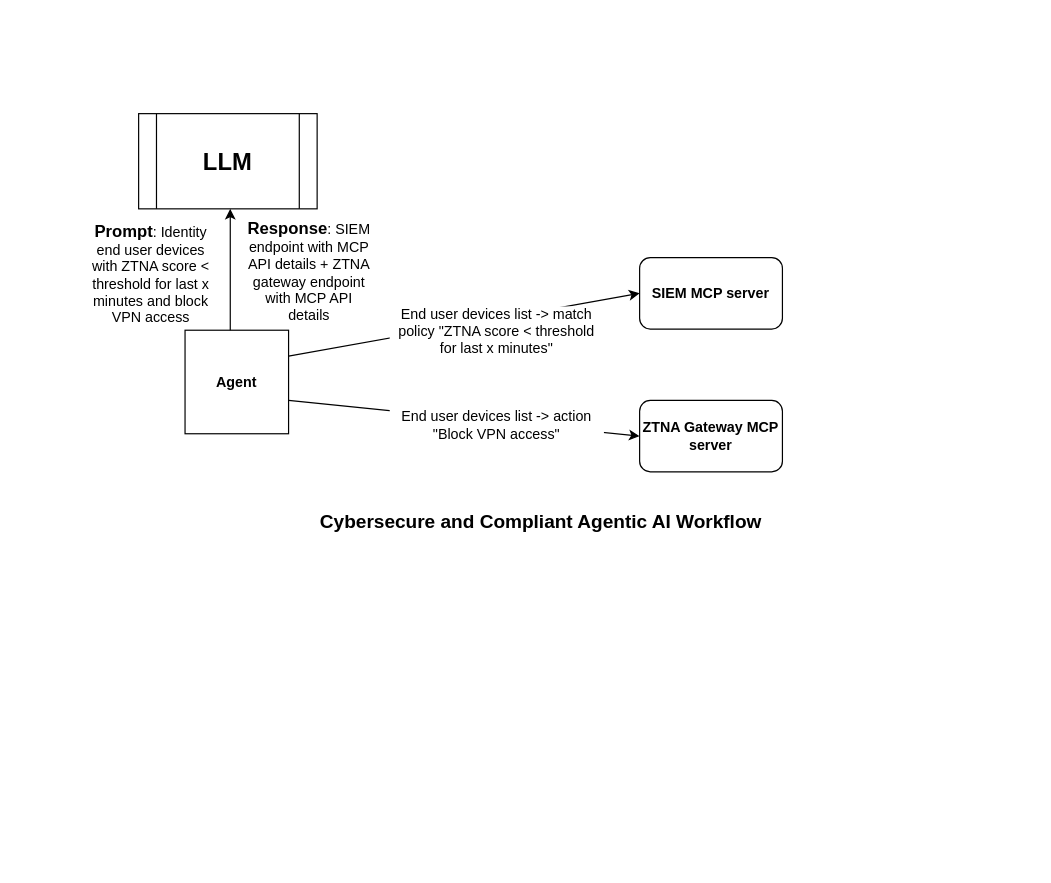
Above: secure-agentic-workflow.drawio in nedmsmith/draft-klspa-wimse-verifiable-geo-fence (draw.io), before the change. Source tidied: cells renumbered, new cells numbered last; positions are measured from the earlier drawing's top-left corner, leaving out a move shared by most shapes. Both pictures are drawn from the tidied source at 119%, with x=0, y=0 at pixel (81, 113).
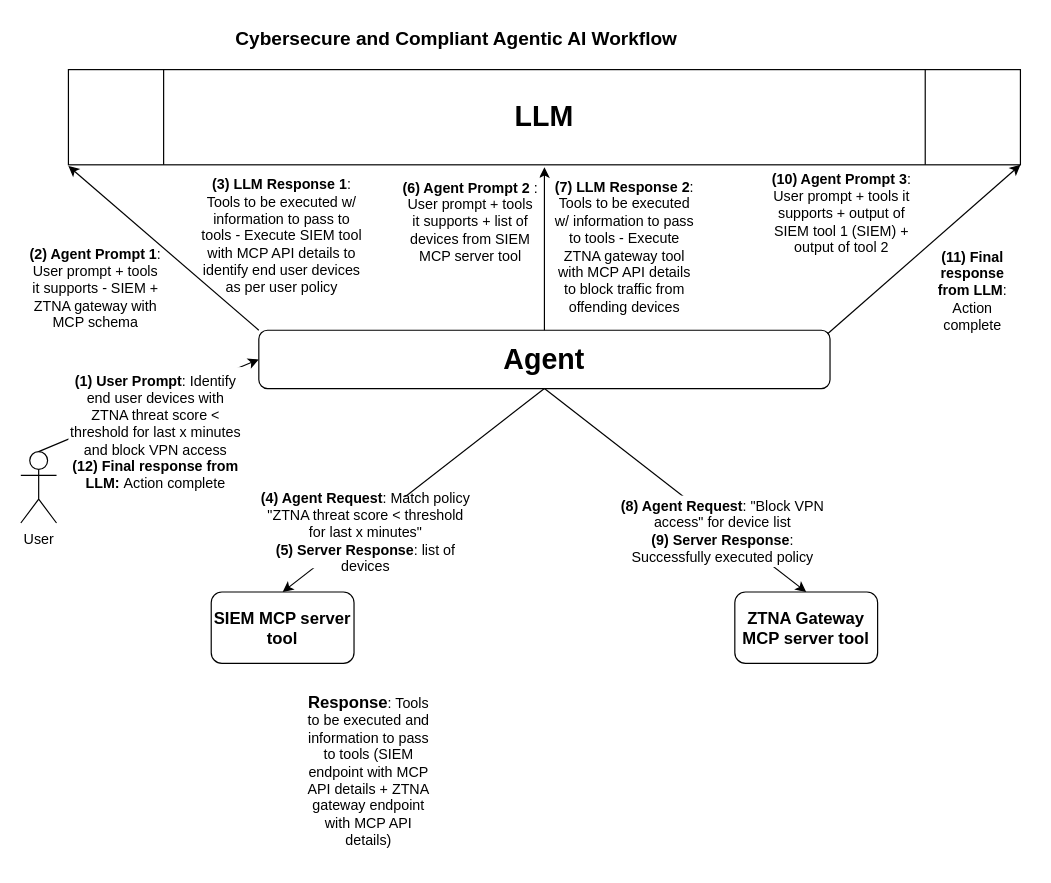
Above is the later version.

Change to the diagram source:
```diff
@@
-    <mxCell id="2" value="&lt;b&gt;&lt;font style=&quot;font-size: 20px;&quot;&gt;LLM&lt;/font&gt;&lt;/b&gt;" style="shape=process;whiteSpace=wrap;html=1;backgroundOutline=1;" parent="1" vertex="1">
-      <mxGeometry x="48" width="150" height="80" as="geometry" />
+    <mxCell id="2" value="&lt;b&gt;&lt;font style=&quot;font-size: 24px;&quot;&gt;LLM&lt;/font&gt;&lt;/b&gt;" style="shape=process;whiteSpace=wrap;html=1;backgroundOutline=1;" parent="1" vertex="1">
+      <mxGeometry x="-11" y="-37" width="800" height="80" as="geometry" />
     </mxCell>
-    <mxCell id="3" value="&lt;b&gt;Agent&lt;/b&gt;" style="whiteSpace=wrap;html=1;" parent="1" vertex="1">
-      <mxGeometry x="87" y="182" width="87" height="87" as="geometry" />
-    </mxCell>
-    <mxCell id="4" style="endArrow=classic;html=1;rounded=0;entryX=0.4;entryY=1.025;entryDx=0;entryDy=0;entryPerimeter=0;" parent="1" edge="1">
+    <mxCell id="4" style="endArrow=classic;html=1;rounded=0;exitX=0;exitY=0;exitDx=0;exitDy=0;" parent="1" edge="1" source="3">
       <mxGeometry relative="1" as="geometry">
-        <mxPoint x="125" y="182" as="sourcePoint" />
-        <mxPoint x="125" y="80" as="targetPoint" />
+        <mxPoint x="-11" y="44" as="targetPoint" />
       </mxGeometry>
     </mxCell>
-    <mxCell id="5" value="&lt;p&gt;&lt;b&gt;&lt;font style=&quot;font-size: 14px;&quot;&gt;Prompt&lt;/font&gt;&lt;/b&gt;: Identity end user devices with ZTNA score &amp;lt; threshold for last x minutes and block VPN access&lt;/p&gt;" style="text;html=1;align=center;verticalAlign=middle;whiteSpace=wrap;rounded=0;" parent="1" vertex="1">
-      <mxGeometry y="95" width="117" height="80" as="geometry" />
-    </mxCell>
     <mxCell id="6" value="&lt;b&gt;&lt;font style=&quot;font-size: 16px;&quot;&gt;Cybersecure and Compliant Agentic AI Workflow&amp;nbsp;&lt;/font&gt;&lt;/b&gt;" style="text;html=1;align=center;verticalAlign=middle;strokeColor=none;fillColor=none;" parent="1" vertex="1">
-      <mxGeometry x="188" y="328" width="400" height="30" as="geometry" />
+      <mxGeometry x="117" y="-78" width="400" height="30" as="geometry" />
     </mxCell>
-    <mxCell id="7" value="&lt;p&gt;&lt;b&gt;&lt;font style=&quot;font-size: 14px;&quot;&gt;Response&lt;/font&gt;&lt;/b&gt;: SIEM endpoint with MCP API details + ZTNA gateway endpoint with MCP API details&lt;/p&gt;" style="text;html=1;align=center;verticalAlign=middle;whiteSpace=wrap;rounded=0;" parent="1" vertex="1">
-      <mxGeometry x="139" y="93" width="105" height="80" as="geometry" />
+    <mxCell id="7" value="&lt;p&gt;&lt;b&gt;&lt;font style=&quot;font-size: 12px;&quot;&gt;(3) LLM Response 1&lt;/font&gt;&lt;/b&gt;: Tools to be executed w/ information to pass to tools - Execute SIEM tool with MCP API details to identify end user devices as per user policy&lt;/p&gt;" style="text;html=1;align=center;verticalAlign=middle;whiteSpace=wrap;rounded=0;" parent="1" vertex="1">
+      <mxGeometry x="98" y="43" width="141" height="120" as="geometry" />
     </mxCell>
-    <mxCell id="8" style="endArrow=classic;html=1;rounded=0;entryX=0;entryY=0.5;entryDx=0;entryDy=0;exitX=1;exitY=0.25;exitDx=0;exitDy=0;" parent="1" edge="1" source="3" target="9">
+    <mxCell id="8" style="endArrow=classic;html=1;rounded=0;entryX=0.5;entryY=0;entryDx=0;entryDy=0;exitX=0.5;exitY=1;exitDx=0;exitDy=0;" parent="1" edge="1" source="3" target="9">
       <mxGeometry relative="1" as="geometry" />
     </mxCell>
-    <mxCell id="9" value="&lt;b&gt;SIEM MCP server&lt;/b&gt;" style="rounded=1;whiteSpace=wrap;html=1;" parent="1" vertex="1">
-      <mxGeometry x="469" y="121" width="120" height="60" as="geometry" />
+    <mxCell id="9" value="&lt;b&gt;&lt;font style=&quot;font-size: 14px;&quot;&gt;SIEM MCP server tool&lt;/font&gt;&lt;/b&gt;" style="rounded=1;whiteSpace=wrap;html=1;" parent="1" vertex="1">
+      <mxGeometry x="109" y="402" width="120" height="60" as="geometry" />
     </mxCell>
-    <mxCell id="10" value="&lt;b&gt;ZTNA Gateway MCP server&lt;/b&gt;" style="rounded=1;whiteSpace=wrap;html=1;" parent="1" vertex="1">
-      <mxGeometry x="469" y="241" width="120" height="60" as="geometry" />
+    <mxCell id="10" value="&lt;b&gt;&lt;font style=&quot;font-size: 14px;&quot;&gt;ZTNA Gateway MCP server tool&lt;/font&gt;&lt;/b&gt;" style="rounded=1;whiteSpace=wrap;html=1;" parent="1" vertex="1">
+      <mxGeometry x="549" y="402" width="120" height="60" as="geometry" />
     </mxCell>
-    <mxCell id="11" style="endArrow=classic;html=1;rounded=0;entryX=0;entryY=0.5;entryDx=0;entryDy=0;exitX=1;exitY=0.25;exitDx=0;exitDy=0;" parent="1" edge="1" target="10">
-      <mxGeometry relative="1" as="geometry">
-        <mxPoint x="174" y="241" as="sourcePoint" />
-      </mxGeometry>
+    <mxCell id="11" style="endArrow=classic;html=1;rounded=0;entryX=0.5;entryY=0;entryDx=0;entryDy=0;exitX=0.5;exitY=1;exitDx=0;exitDy=0;" parent="1" edge="1" source="3" target="10">
+      <mxGeometry relative="1" as="geometry" />
     </mxCell>
-    <mxCell id="12" value="End user devices list -&amp;gt; match policy &quot;ZTNA score &amp;lt; threshold for last x minutes&quot;" style="text;html=1;align=center;verticalAlign=middle;whiteSpace=wrap;rounded=0;fillColor=default;" parent="1" vertex="1">
-      <mxGeometry x="259" y="162" width="180" height="41" as="geometry" />
+    <mxCell id="12" value="&lt;b&gt;(4) Agent Request&lt;/b&gt;: Match policy &quot;ZTNA threat score &amp;lt; threshold for last x minutes&quot;&lt;div&gt;&lt;b&gt;(5) Server Response&lt;/b&gt;: list of devices&lt;/div&gt;" style="text;html=1;align=center;verticalAlign=middle;whiteSpace=wrap;rounded=0;fillColor=default;" parent="1" vertex="1">
+      <mxGeometry x="149" y="322" width="180" height="60" as="geometry" />
     </mxCell>
-    <mxCell id="13" value="End user devices list -&amp;gt; action &quot;Block VPN access&quot;" style="text;html=1;align=center;verticalAlign=middle;whiteSpace=wrap;rounded=0;fillColor=default;" parent="1" vertex="1">
-      <mxGeometry x="259" y="241" width="180" height="41" as="geometry" />
+    <mxCell id="13" value="&lt;b&gt;(8) Agent Request&lt;/b&gt;: &quot;Block VPN access&quot; for device list&lt;div&gt;&lt;b&gt;(9) Server Response&lt;/b&gt;: Successfully executed policy&lt;/div&gt;" style="text;html=1;align=center;verticalAlign=middle;whiteSpace=wrap;rounded=0;fillColor=default;" parent="1" vertex="1">
+      <mxGeometry x="449" y="321" width="180" height="60" as="geometry" />
     </mxCell>
+    <mxCell id="14" value="User" style="shape=umlActor;verticalLabelPosition=bottom;verticalAlign=top;html=1;outlineConnect=0;" parent="1" vertex="1">
+      <mxGeometry x="-51" y="284" width="30" height="60" as="geometry" />
+    </mxCell>
+    <mxCell id="15" style="endArrow=classic;html=1;rounded=0;entryX=0;entryY=0.5;entryDx=0;entryDy=0;exitX=0.5;exitY=0;exitDx=0;exitDy=0;exitPerimeter=0;" parent="1" edge="1" source="14" target="3">
+      <mxGeometry relative="1" as="geometry" />
+    </mxCell>
+    <mxCell id="16" value="&lt;p&gt;&lt;b&gt;&lt;font style=&quot;font-size: 12px;&quot;&gt;(2) Agent Prompt 1&lt;/font&gt;&lt;/b&gt;: User prompt + tools it supports - SIEM + ZTNA gateway with MCP schema&lt;/p&gt;" style="text;html=1;align=center;verticalAlign=middle;whiteSpace=wrap;rounded=0;" parent="1" vertex="1">
+      <mxGeometry x="-45" y="107" width="114" height="80" as="geometry" />
+    </mxCell>
+    <mxCell id="17" value="&lt;p&gt;&lt;b&gt;&lt;font style=&quot;font-size: 14px;&quot;&gt;Response&lt;/font&gt;&lt;/b&gt;: Tools to be executed and information to pass to tools (SIEM endpoint with MCP API details + ZTNA gateway endpoint with MCP API details)&lt;/p&gt;" style="text;html=1;align=center;verticalAlign=middle;whiteSpace=wrap;rounded=0;" parent="1" vertex="1">
+      <mxGeometry x="189" y="512" width="105" height="80" as="geometry" />
+    </mxCell>
+    <mxCell id="3" value="&lt;b&gt;&lt;font style=&quot;font-size: 24px;&quot;&gt;Agent&lt;/font&gt;&lt;/b&gt;" style="rounded=1;whiteSpace=wrap;html=1;" parent="1" vertex="1">
+      <mxGeometry x="149" y="182" width="480" height="49" as="geometry" />
+    </mxCell>
+    <mxCell id="18" style="endArrow=classic;html=1;rounded=0;exitX=0.5;exitY=0;exitDx=0;exitDy=0;" parent="1" edge="1" source="3">
+      <mxGeometry relative="1" as="geometry">
+        <mxPoint x="389" y="45" as="targetPoint" />
+      </mxGeometry>
+    </mxCell>
+    <mxCell id="19" value="&lt;div&gt;&lt;b&gt;(6) Agent Prompt 2&lt;/b&gt; : User prompt + tools it supports + list of devices from SIEM MCP server tool&lt;/div&gt;" style="text;html=1;align=center;verticalAlign=middle;whiteSpace=wrap;rounded=0;fillColor=default;" parent="1" vertex="1">
+      <mxGeometry x="269" y="50.5" width="116" height="80.5" as="geometry" />
+    </mxCell>
+    <mxCell id="20" value="&lt;p&gt;&lt;b&gt;&lt;font style=&quot;font-size: 12px;&quot;&gt;(7) LLM Response 2&lt;/font&gt;&lt;/b&gt;: Tools to be executed w/ information to pass to tools - Execute ZTNA gateway tool with MCP API details to block traffic from offending devices&lt;/p&gt;" style="text;html=1;align=center;verticalAlign=middle;whiteSpace=wrap;rounded=0;" parent="1" vertex="1">
+      <mxGeometry x="394" y="51" width="125" height="121" as="geometry" />
+    </mxCell>
+    <mxCell id="21" style="endArrow=classic;html=1;rounded=0;entryX=1;entryY=1;entryDx=0;entryDy=0;exitX=0.313;exitY=0.008;exitDx=0;exitDy=0;exitPerimeter=0;" parent="1" edge="1" target="2">
+      <mxGeometry relative="1" as="geometry">
+        <mxPoint x="627" y="185" as="sourcePoint" />
+      </mxGeometry>
+    </mxCell>
+    <mxCell id="22" value="&lt;div&gt;&lt;b&gt;(10) Agent Prompt 3&lt;/b&gt;: User prompt + tools it supports + output of SIEM tool 1 (SIEM) + output of tool 2&lt;/div&gt;" style="text;html=1;align=center;verticalAlign=middle;whiteSpace=wrap;rounded=0;fillColor=none;" parent="1" vertex="1">
+      <mxGeometry x="569" y="44" width="140" height="80" as="geometry" />
+    </mxCell>
+    <mxCell id="23" value="&lt;b&gt;(11) Final response from LLM&lt;/b&gt;: Action complete" style="text;html=1;align=center;verticalAlign=middle;whiteSpace=wrap;rounded=0;fillColor=default;" parent="1" vertex="1">
+      <mxGeometry x="709" y="126.5" width="80" height="45.5" as="geometry" />
+    </mxCell>
+    <mxCell id="5" value="&lt;p&gt;&lt;b&gt;&lt;font style=&quot;font-size: 12px;&quot;&gt;(1) User Prompt&lt;/font&gt;&lt;/b&gt;: Identify end user devices with ZTNA threat score &amp;lt; threshold for last x minutes and block VPN access&lt;br&gt;&lt;b&gt;(12) Final response from LLM: &lt;/b&gt;Action complete&lt;/p&gt;" style="text;html=1;align=center;verticalAlign=middle;whiteSpace=wrap;rounded=0;fillColor=default;" parent="1" vertex="1">
+      <mxGeometry x="-11" y="213" width="147" height="110" as="geometry" />
+    </mxCell>
```
